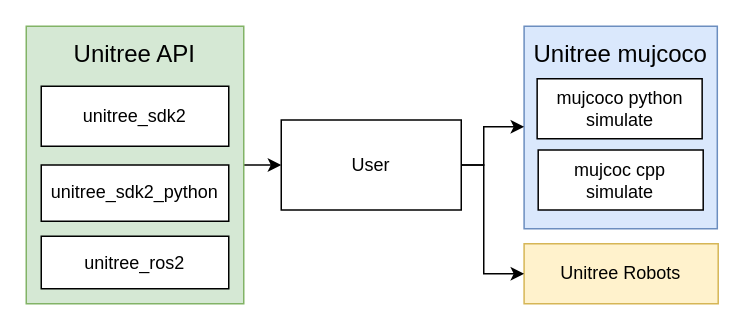
This is doc/fun.dio from unitreerobotics/unitree_mujoco, a draw.io file, before an edit. Source tidied: cells renumbered, new cells numbered last; positions are measured from the earlier drawing's top-left corner, leaving out a move shared by most shapes. Both pictures are drawn from the tidied source at 150%, with x=0, y=0 at pixel (26, 26).
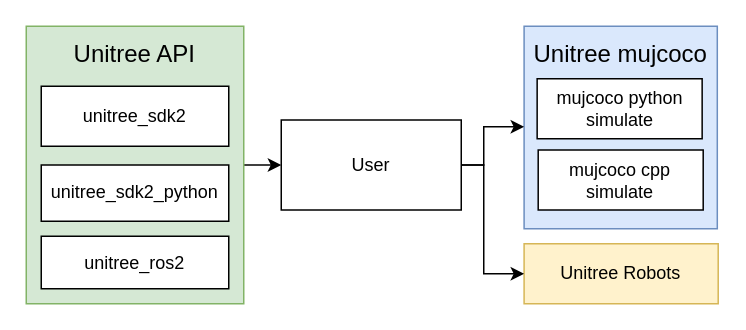
Above is the later version.

Diff of the diagram source:
```diff
@@
 <mxGraphModel>
   <root>
     <mxCell id="0" />
     <mxCell id="1" parent="0" />
     <mxCell id="2" style="whiteSpace=wrap;html=1;fontSize=16;fillColor=#dae8fc;strokeColor=#6c8ebf;" parent="1" vertex="1">
       <mxGeometry x="331.9" width="128.8" height="135" as="geometry" />
     </mxCell>
     <mxCell id="3" style="edgeStyle=none;html=1;exitX=1;exitY=0.5;exitDx=0;exitDy=0;fontSize=16;" parent="1" edge="1" source="4" target="13">
       <mxGeometry relative="1" as="geometry" />
     </mxCell>
     <mxCell id="4" style="rounded=0;whiteSpace=wrap;html=1;fillColor=#d5e8d4;strokeColor=#82b366;" parent="1" vertex="1">
       <mxGeometry width="145" height="185" as="geometry" />
     </mxCell>
     <mxCell id="5" value="unitree_sdk2" style="rounded=0;whiteSpace=wrap;html=1;" parent="1" vertex="1">
       <mxGeometry x="10" y="40" width="125" height="40" as="geometry" />
     </mxCell>
     <mxCell id="6" value="unitree_sdk2_python" style="rounded=0;whiteSpace=wrap;html=1;" parent="1" vertex="1">
       <mxGeometry x="10" y="92.5" width="125" height="37.5" as="geometry" />
     </mxCell>
     <mxCell id="7" value="unitree_ros2" style="rounded=0;whiteSpace=wrap;html=1;" parent="1" vertex="1">
       <mxGeometry x="10" y="140" width="125" height="35" as="geometry" />
     </mxCell>
-    <mxCell id="8" value="mujcoc cpp &lt;br&gt;simulate" style="rounded=0;whiteSpace=wrap;html=1;" parent="1" vertex="1">
+    <mxCell id="8" value="mujcoco cpp &lt;br&gt;simulate" style="rounded=0;whiteSpace=wrap;html=1;" parent="1" vertex="1">
       <mxGeometry x="341.3" y="82.5" width="110" height="40" as="geometry" />
     </mxCell>
     <mxCell id="9" value="mujcoco python&lt;br&gt;simulate" style="rounded=0;whiteSpace=wrap;html=1;" parent="1" vertex="1">
       <mxGeometry x="340.6" y="35" width="110" height="40" as="geometry" />
     </mxCell>
     <mxCell id="10" value="Unitree Robots" style="rounded=0;whiteSpace=wrap;html=1;fillColor=#fff2cc;strokeColor=#d6b656;" parent="1" vertex="1">
       <mxGeometry x="331.9" y="145" width="129.4" height="40" as="geometry" />
     </mxCell>
     <mxCell id="11" style="edgeStyle=orthogonalEdgeStyle;html=1;exitX=1;exitY=0.5;exitDx=0;exitDy=0;fontSize=16;rounded=0;" parent="1" edge="1" source="13" target="2">
       <mxGeometry relative="1" as="geometry">
         <Array as="points">
           <mxPoint x="305" y="93" />
           <mxPoint x="305" y="67" />
         </Array>
       </mxGeometry>
     </mxCell>
     <mxCell id="12" style="edgeStyle=orthogonalEdgeStyle;rounded=0;html=1;exitX=1;exitY=0.5;exitDx=0;exitDy=0;entryX=0;entryY=0.5;entryDx=0;entryDy=0;fontSize=16;" parent="1" edge="1" source="13" target="10">
       <mxGeometry relative="1" as="geometry">
         <Array as="points">
           <mxPoint x="305" y="93" />
           <mxPoint x="305" y="165" />
         </Array>
       </mxGeometry>
     </mxCell>
     <mxCell id="13" value="User" style="rounded=0;whiteSpace=wrap;html=1;" parent="1" vertex="1">
       <mxGeometry x="170" y="62.5" width="120" height="60" as="geometry" />
     </mxCell>
     <mxCell id="14" value="&lt;font style=&quot;font-size: 16px;&quot;&gt;Unitree API&lt;/font&gt;" style="text;html=1;strokeColor=none;fillColor=none;align=center;verticalAlign=middle;whiteSpace=wrap;rounded=0;" parent="1" vertex="1">
       <mxGeometry x="6.2" width="132.5" height="35" as="geometry" />
     </mxCell>
     <mxCell id="15" value="&lt;font style=&quot;font-size: 16px;&quot;&gt;Unitree mujcoco&lt;/font&gt;" style="text;html=1;strokeColor=none;fillColor=none;align=center;verticalAlign=middle;whiteSpace=wrap;rounded=0;" parent="1" vertex="1">
       <mxGeometry x="330" width="132.5" height="35" as="geometry" />
     </mxCell>
   </root>
 </mxGraphModel>
```
